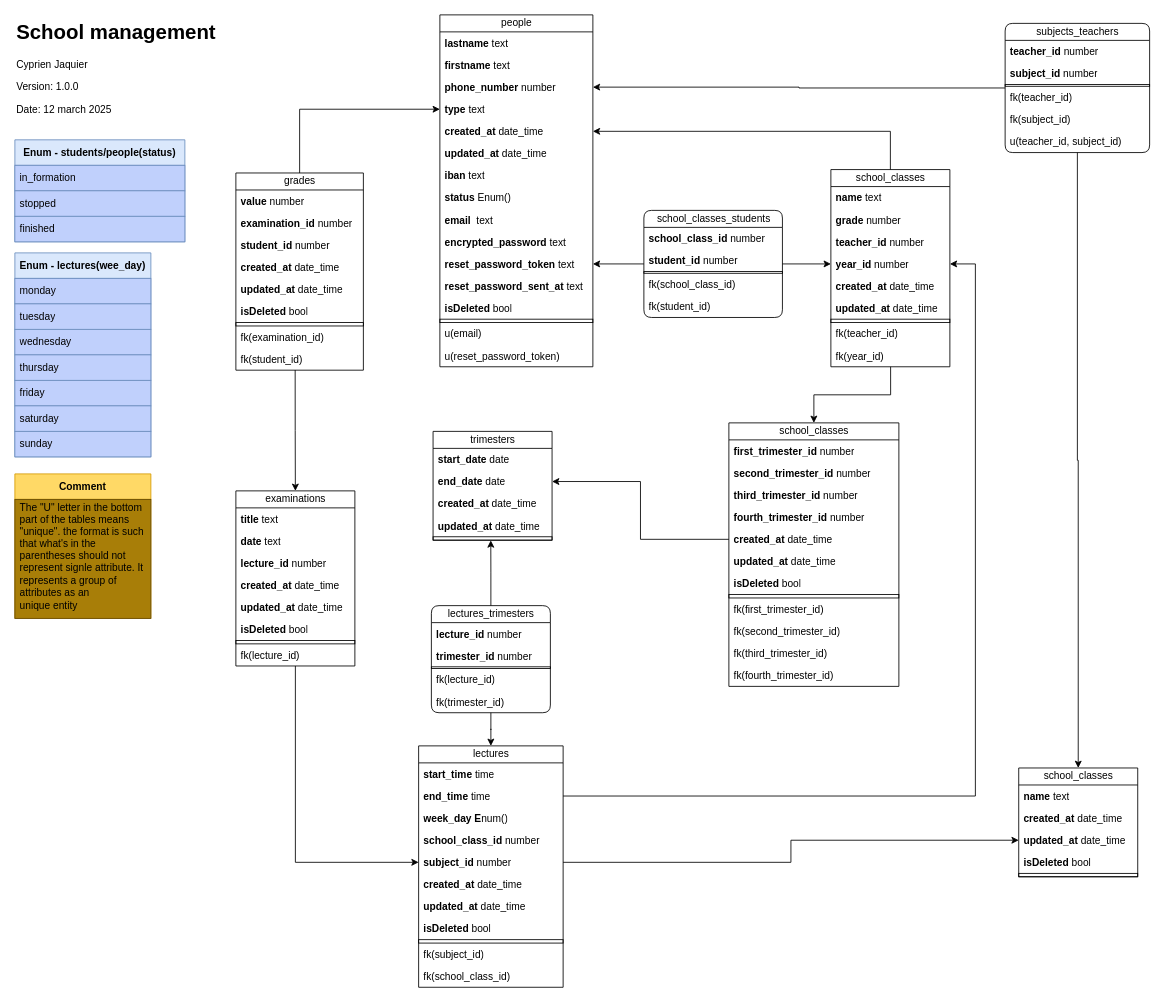
Before: doc/CURRENT_DB/MLD.drawio in Cyprien-png/ROR-School-management, a draw.io diagram. Source tidied: cells renumbered, new cells numbered last; positions are measured from the earlier drawing's top-left corner, leaving out a move shared by most shapes. Both pictures are drawn from the tidied source at 85%, with x=0, y=0 at pixel (14, 14).
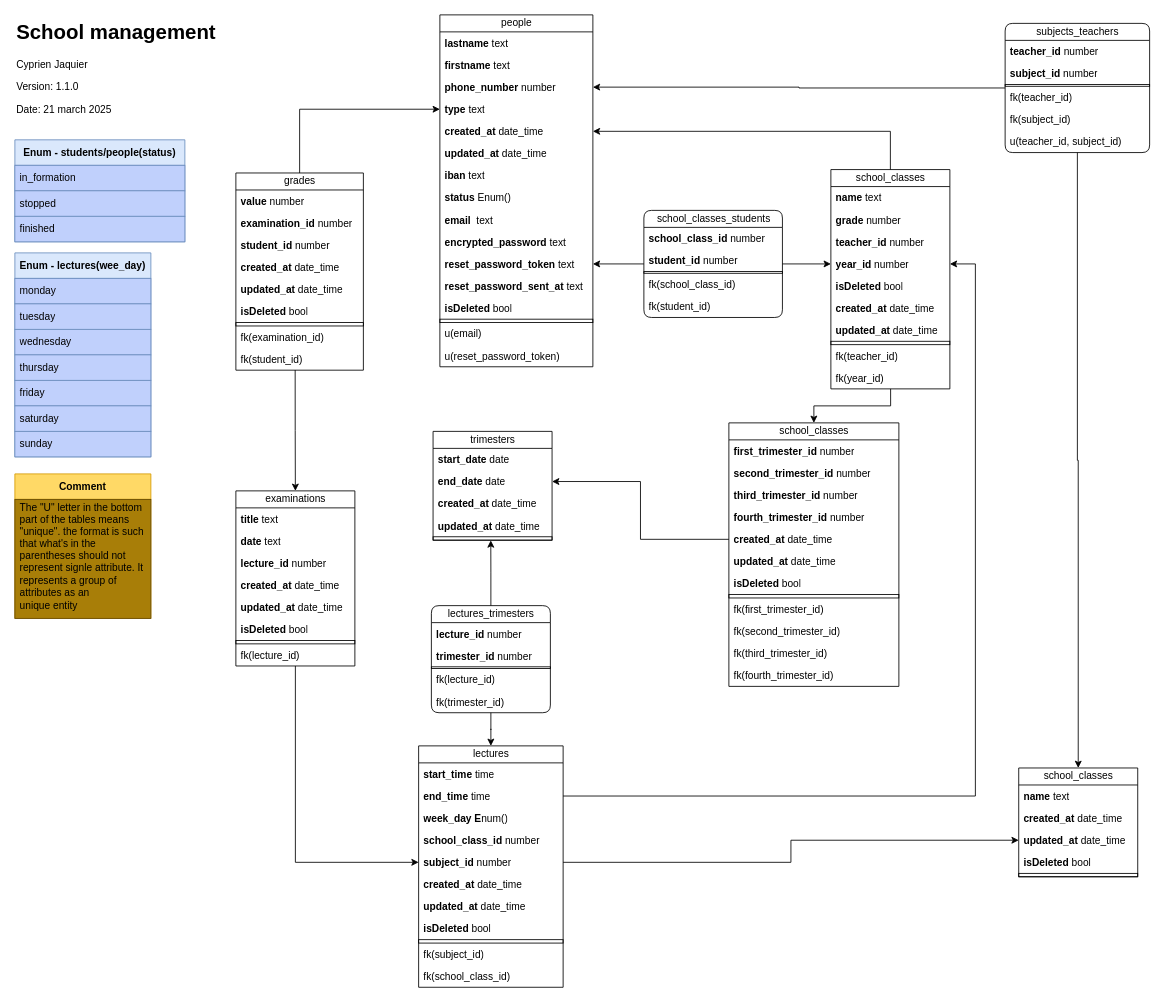
The same diagram, later.

Change to the diagram source:
```diff
@@
-    <mxCell id="35" value="&lt;h1 style=&quot;margin-top: 0px;&quot;&gt;School management&lt;/h1&gt;&lt;p&gt;Cyprien Jaquier&lt;/p&gt;&lt;p&gt;Version: 1.0.0&lt;/p&gt;&lt;p&gt;Date: 12 march 2025&lt;/p&gt;" style="text;html=1;whiteSpace=wrap;overflow=hidden;rounded=0;" parent="1" vertex="1">
+    <mxCell id="35" value="&lt;h1 style=&quot;margin-top: 0px;&quot;&gt;School management&lt;/h1&gt;&lt;p&gt;Cyprien Jaquier&lt;/p&gt;&lt;p&gt;Version: 1.1.0&lt;/p&gt;&lt;p&gt;Date: 2&lt;span style=&quot;background-color: transparent; color: light-dark(rgb(0, 0, 0), rgb(255, 255, 255));&quot;&gt;1 march 2025&lt;/span&gt;&lt;/p&gt;" style="text;html=1;whiteSpace=wrap;overflow=hidden;rounded=0;" parent="1" vertex="1">
       <mxGeometry width="260" height="120" as="geometry" />
     </mxCell>
@@
     <mxCell id="92" value="school_classes" style="swimlane;fontStyle=0;horizontal=1;startSize=20;fillColor=none;html=1;" parent="1" vertex="1">
-      <mxGeometry x="960" y="182" width="140" height="232" as="geometry" />
+      <mxGeometry x="960" y="182" width="140" height="258" as="geometry" />
     </mxCell>
@@
+    <mxCell id="136" value="&lt;b&gt;isDeleted &lt;/b&gt;bool" style="text;strokeColor=none;fillColor=none;align=left;verticalAlign=top;spacingLeft=4;spacingRight=4;overflow=hidden;whiteSpace=wrap;html=1;" parent="92" vertex="1">
+      <mxGeometry y="124" width="140" height="26" as="geometry" />
+    </mxCell>
     <mxCell id="97" value="&lt;b&gt;created_at &lt;/b&gt;date_time" style="text;strokeColor=none;fillColor=none;align=left;verticalAlign=top;spacingLeft=4;spacingRight=4;overflow=hidden;whiteSpace=wrap;html=1;" parent="92" vertex="1">
-      <mxGeometry y="124" width="140" height="26" as="geometry" />
+      <mxGeometry y="150" width="140" height="26" as="geometry" />
     </mxCell>
     <mxCell id="98" value="&lt;b&gt;updated_at &lt;/b&gt;date_time" style="text;strokeColor=none;fillColor=none;align=left;verticalAlign=top;spacingLeft=4;spacingRight=4;overflow=hidden;whiteSpace=wrap;html=1;" parent="92" vertex="1">
-      <mxGeometry y="150" width="140" height="26" as="geometry" />
+      <mxGeometry y="176" width="140" height="26" as="geometry" />
     </mxCell>
     <mxCell id="99" style="text;strokeColor=default;fillColor=none;align=left;verticalAlign=top;spacingLeft=4;spacingRight=4;overflow=hidden;whiteSpace=wrap;html=1;" parent="92" vertex="1">
-      <mxGeometry y="176" width="140" height="4" as="geometry" />
+      <mxGeometry y="202" width="140" height="4" as="geometry" />
     </mxCell>
     <mxCell id="100" value="fk(teacher_id)" style="text;strokeColor=none;fillColor=none;align=left;verticalAlign=top;spacingLeft=4;spacingRight=4;overflow=hidden;whiteSpace=wrap;html=1;" parent="92" vertex="1">
-      <mxGeometry y="180" width="140" height="26" as="geometry" />
+      <mxGeometry y="206" width="140" height="26" as="geometry" />
     </mxCell>
     <mxCell id="101" value="fk(year_id)" style="text;strokeColor=none;fillColor=none;align=left;verticalAlign=top;spacingLeft=4;spacingRight=4;overflow=hidden;points=[[0,0.5],[1,0.5]];portConstraint=eastwest;whiteSpace=wrap;html=1;" parent="92" vertex="1">
-      <mxGeometry y="206" width="140" height="26" as="geometry" />
+      <mxGeometry y="232" width="140" height="26" as="geometry" />
     </mxCell>
```
